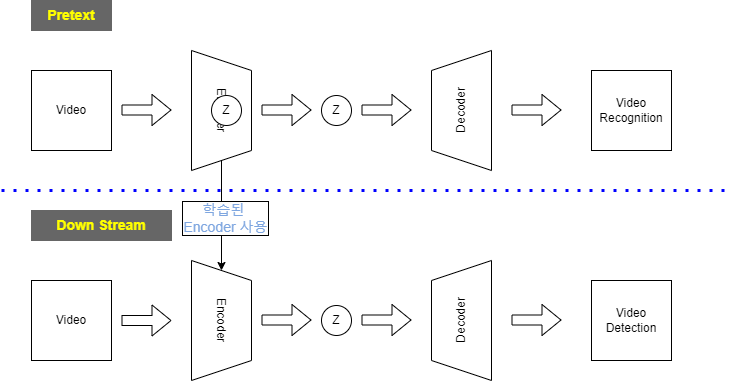
Kyoungrae-Noh/Self-Supervised-Learning keeps this draw.io diagram as 연구주제.drawio.png. Above is the earlier version. Source tidied: cells renumbered, new cells last; positions are measured from the earlier drawing's top-left corner, leaving out a move shared by most shapes.
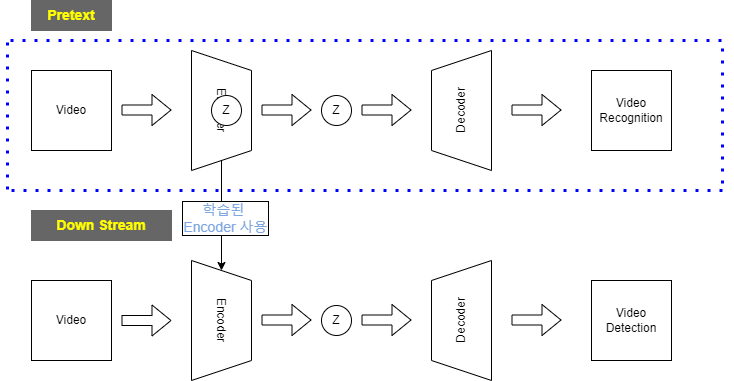
After the change.

Commit message:
연구주제.drawio.png 업데이트

What changed in the source:
```diff
@@ -101,9 +101,27 @@
     </mxCell>
     <mxCell id="25" style="endArrow=none;html=1;dashed=1;dashPattern=1 3;fontFamily=Helvetica;fontSize=14;fontColor=#7EA6E0;align=center;strokeColor=#0000FF;strokeWidth=3;fillColor=#FFFFFF;" parent="1" edge="1">
       <mxGeometry relative="1" as="geometry">
-        <mxPoint y="190" as="sourcePoint" />
+        <mxPoint x="10" y="190" as="sourcePoint" />
         <mxPoint x="730" y="190" as="targetPoint" />
       </mxGeometry>
     </mxCell>
+    <mxCell id="26" style="endArrow=none;dashed=1;html=1;dashPattern=1 3;strokeWidth=3;rounded=1;fontSize=14;fontColor=#7EA6E0;fillColor=#FFFFFF;strokeColor=#0000FF;" parent="1" edge="1">
+      <mxGeometry relative="1" as="geometry">
+        <mxPoint x="721" y="183" as="sourcePoint" />
+        <mxPoint x="721" y="43" as="targetPoint" />
+      </mxGeometry>
+    </mxCell>
+    <mxCell id="27" style="endArrow=none;dashed=1;html=1;dashPattern=1 3;strokeWidth=3;rounded=1;fontSize=14;fontColor=#7EA6E0;fillColor=#FFFFFF;strokeColor=#0000FF;" parent="1" edge="1">
+      <mxGeometry relative="1" as="geometry">
+        <mxPoint x="6" y="189" as="sourcePoint" />
+        <mxPoint x="6" y="39" as="targetPoint" />
+      </mxGeometry>
+    </mxCell>
+    <mxCell id="28" style="endArrow=none;dashed=1;html=1;dashPattern=1 3;strokeWidth=3;rounded=1;fontSize=14;fontColor=#7EA6E0;fillColor=#FFFFFF;strokeColor=#0000FF;" parent="1" edge="1">
+      <mxGeometry relative="1" as="geometry">
+        <mxPoint x="720" y="40" as="sourcePoint" />
+        <mxPoint y="40" as="targetPoint" />
+      </mxGeometry>
+    </mxCell>
   </root>
 </mxGraphModel>
```
